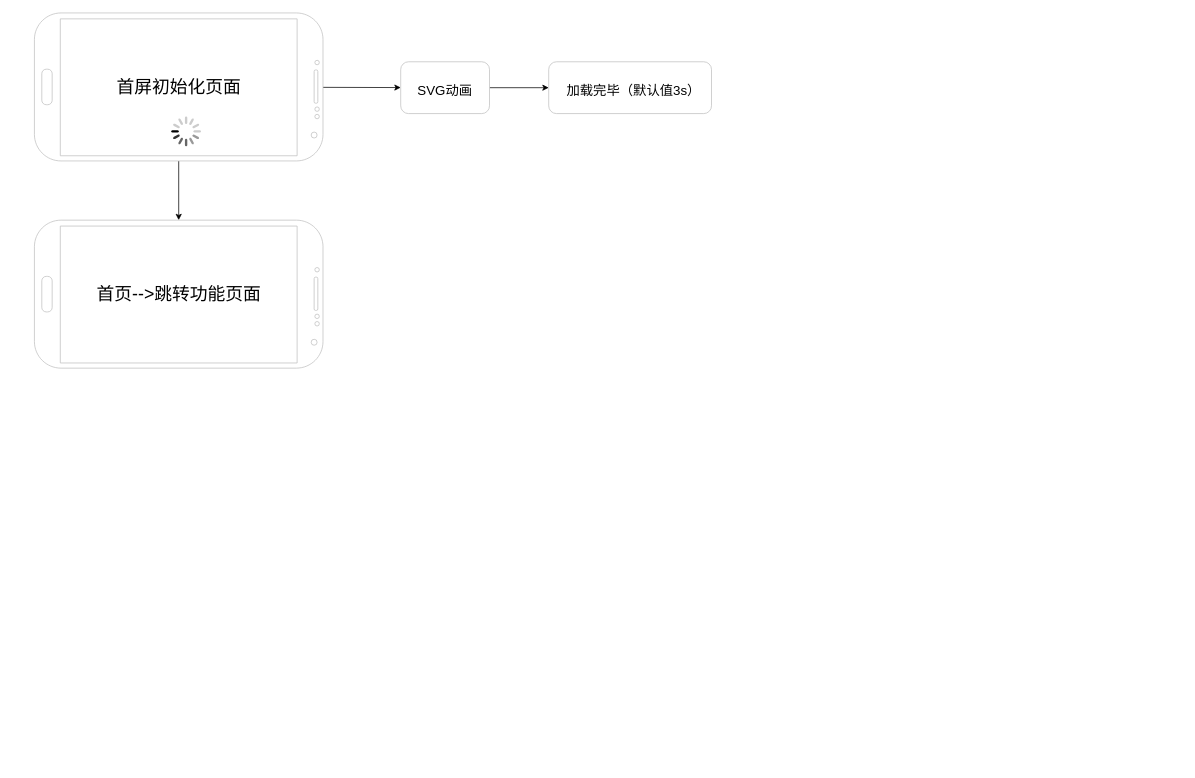
Above: pm.drawio in lczCoder/docker-utils (draw.io), before the change. Source tidied: cells renumbered, new cells numbered last; positions are measured from the earlier drawing's top-left corner, leaving out a move shared by most shapes. Both pictures are drawn from the tidied source at 74%, with x=0, y=0 at pixel (34, 13).
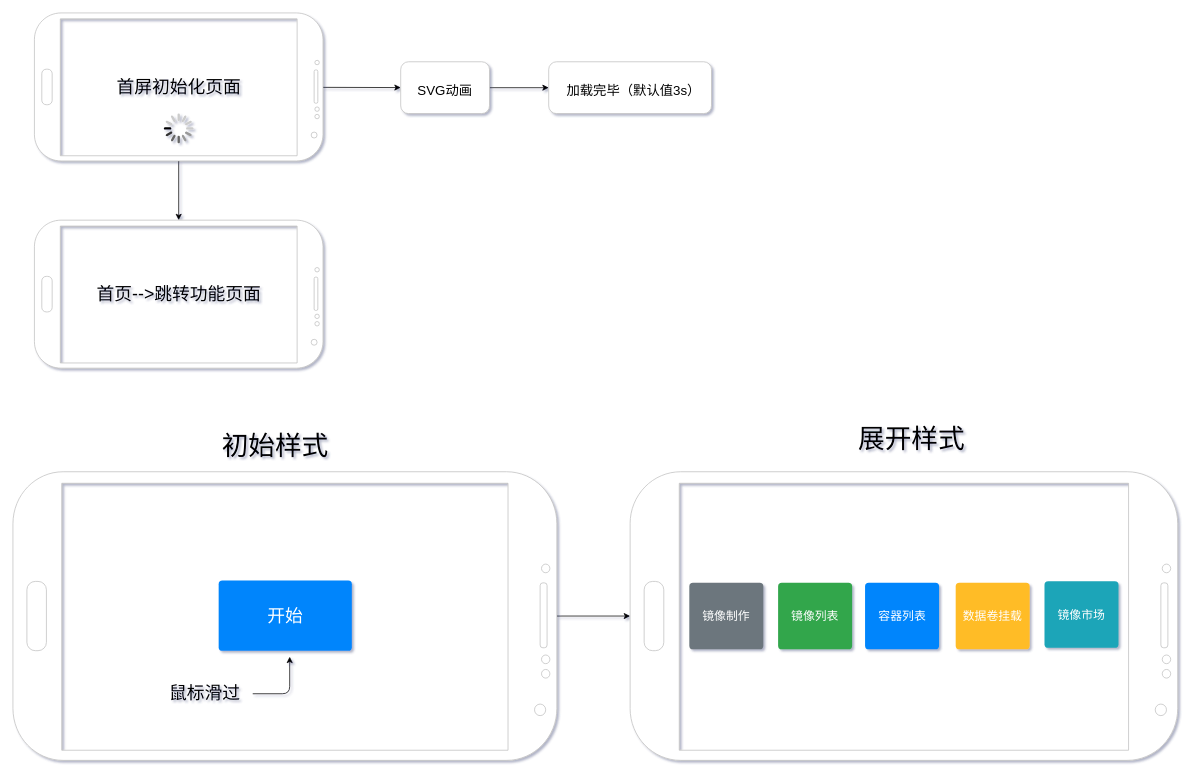
The same diagram, later.

What changed in the source:
```diff
@@
-<mxGraphModel>
+<mxGraphModel shadow="1">
@@
     <mxCell id="11" style="html=1;verticalLabelPosition=bottom;labelBackgroundColor=#ffffff;verticalAlign=top;shadow=0;dashed=0;strokeWidth=2;shape=mxgraph.ios7.misc.loading_circle;fontSize=24;" parent="1" vertex="1">
-      <mxGeometry x="185" y="140" width="40" height="40" as="geometry" />
+      <mxGeometry x="175" y="136" width="40" height="40" as="geometry" />
     </mxCell>
+    <mxCell id="12" style="edgeStyle=none;html=1;fontSize=24;" parent="1" edge="1" source="13" target="16">
+      <mxGeometry relative="1" as="geometry" />
+    </mxCell>
+    <mxCell id="13" style="verticalLabelPosition=bottom;verticalAlign=top;html=1;shadow=0;dashed=0;strokeWidth=1;shape=mxgraph.android.phone2;strokeColor=#c0c0c0;direction=south;" parent="1" vertex="1">
+      <mxGeometry x="-29" y="620" width="735" height="390" as="geometry" />
+    </mxCell>
+    <mxCell id="14" value="&lt;font style=&quot;font-size: 36px&quot;&gt;初始样式&lt;/font&gt;" style="text;html=1;align=center;verticalAlign=middle;strokeColor=none;fillColor=none;" parent="1" vertex="1">
+      <mxGeometry x="245" y="570" width="160" height="30" as="geometry" />
+    </mxCell>
+    <mxCell id="15" value="&lt;font style=&quot;font-size: 24px&quot;&gt;开始&lt;/font&gt;" style="html=1;shadow=0;dashed=0;shape=mxgraph.bootstrap.rrect;rSize=5;strokeColor=none;strokeWidth=1;fillColor=#0085FC;fontColor=#FFFFFF;whiteSpace=wrap;align=center;verticalAlign=middle;spacingLeft=0;fontStyle=0;fontSize=16;spacing=5;" parent="1" vertex="1">
+      <mxGeometry x="249" y="767" width="180" height="95" as="geometry" />
+    </mxCell>
+    <mxCell id="16" style="verticalLabelPosition=bottom;verticalAlign=top;html=1;shadow=0;dashed=0;strokeWidth=1;shape=mxgraph.android.phone2;strokeColor=#c0c0c0;direction=south;" parent="1" vertex="1">
+      <mxGeometry x="805" y="620" width="740" height="390" as="geometry" />
+    </mxCell>
+    <mxCell id="17" value="&lt;font style=&quot;font-size: 36px&quot;&gt;展开样式&lt;/font&gt;" style="text;html=1;align=center;verticalAlign=middle;strokeColor=none;fillColor=none;" parent="1" vertex="1">
+      <mxGeometry x="1105" y="560" width="160" height="30" as="geometry" />
+    </mxCell>
+    <mxCell id="18" style="edgeStyle=segmentEdgeStyle;endArrow=classic;html=1;fontSize=24;" parent="1" edge="1">
+      <mxGeometry relative="1" as="geometry">
+        <mxPoint x="295" y="920" as="sourcePoint" />
+        <mxPoint x="345" y="870" as="targetPoint" />
+      </mxGeometry>
+    </mxCell>
+    <mxCell id="19" value="鼠标滑过" style="text;html=1;align=center;verticalAlign=middle;strokeColor=none;fillColor=none;fontSize=24;" parent="1" vertex="1">
+      <mxGeometry x="175" y="905" width="110" height="30" as="geometry" />
+    </mxCell>
+    <mxCell id="20" value="容器列表" style="html=1;shadow=0;dashed=0;shape=mxgraph.bootstrap.rrect;rSize=5;strokeColor=none;strokeWidth=1;fillColor=#0085FC;fontColor=#FFFFFF;whiteSpace=wrap;align=center;verticalAlign=middle;spacingLeft=0;fontStyle=0;fontSize=16;spacing=5;" parent="1" vertex="1">
+      <mxGeometry x="1122.5" y="770" width="100" height="90" as="geometry" />
+    </mxCell>
+    <mxCell id="21" value="镜像制作" style="html=1;shadow=0;dashed=0;shape=mxgraph.bootstrap.rrect;rSize=5;strokeColor=none;strokeWidth=1;fillColor=#6C767D;fontColor=#FFFFFF;whiteSpace=wrap;align=center;verticalAlign=middle;spacingLeft=0;fontStyle=0;fontSize=16;spacing=5;" parent="1" vertex="1">
+      <mxGeometry x="885" y="770" width="100" height="90" as="geometry" />
+    </mxCell>
+    <mxCell id="22" value="镜像列表" style="html=1;shadow=0;dashed=0;shape=mxgraph.bootstrap.rrect;rSize=5;strokeColor=none;strokeWidth=1;fillColor=#33A64C;fontColor=#FFFFFF;whiteSpace=wrap;align=center;verticalAlign=middle;spacingLeft=0;fontStyle=0;fontSize=16;spacing=5;" parent="1" vertex="1">
+      <mxGeometry x="1005" y="770" width="100" height="90" as="geometry" />
+    </mxCell>
+    <mxCell id="23" value="数据卷挂载" style="html=1;shadow=0;dashed=0;shape=mxgraph.bootstrap.rrect;rSize=5;strokeColor=none;strokeWidth=1;fillColor=#FFBC26;fontColor=#FFFFFF;whiteSpace=wrap;align=center;verticalAlign=middle;spacingLeft=0;fontStyle=0;fontSize=16;spacing=5;" parent="1" vertex="1">
+      <mxGeometry x="1245" y="770" width="100" height="90" as="geometry" />
+    </mxCell>
+    <mxCell id="24" value="镜像市场" style="html=1;shadow=0;dashed=0;shape=mxgraph.bootstrap.rrect;rSize=5;strokeColor=none;strokeWidth=1;fillColor=#1CA5B8;fontColor=#FFFFFF;whiteSpace=wrap;align=center;verticalAlign=middle;spacingLeft=0;fontStyle=0;fontSize=16;spacing=5;" parent="1" vertex="1">
+      <mxGeometry x="1365" y="768" width="100" height="90" as="geometry" />
+    </mxCell>
```
